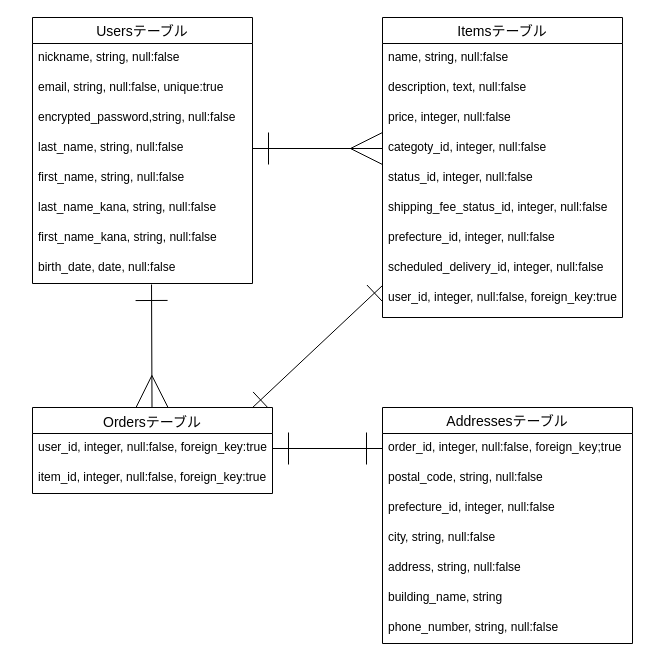
This is furima.dio from Nonpapa/furima-41919, a draw.io file, before an edit. Source tidied: cells renumbered, new cells numbered last; positions are measured from the earlier drawing's top-left corner, leaving out a move shared by most shapes. Both pictures are drawn from the tidied source at 100%, with x=0, y=0 at pixel (32, 17).
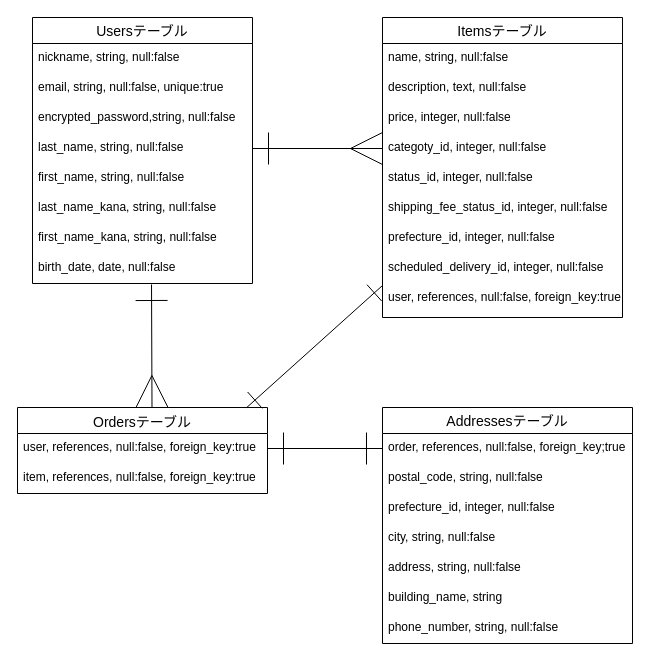
The same page after the edit.

The change refers to these unchanged cells:
```xml
<mxCell id="27" value="Addressesテーブル" style="swimlane;fontStyle=0;horizontal=1;startSize=26;align=center;fontSize=14;" parent="1" vertex="1">
  <mxGeometry x="350" y="390" width="250" height="236" as="geometry" />
</mxCell>
```

Change to the diagram source:
```diff
@@
-    <mxCell id="23" value="user_id, integer,&amp;nbsp;&lt;span style=&quot;color: rgb(0, 0, 0);&quot;&gt;null:false, foreign_key:true&lt;/span&gt;" style="text;strokeColor=none;fillColor=none;spacingLeft=4;spacingRight=4;overflow=hidden;fontSize=12;whiteSpace=wrap;html=1;fontFamily=Helvetica;fontColor=default;" parent="1" vertex="1">
+    <mxCell id="23" value="user, references&lt;span style=&quot;background-color: transparent;&quot;&gt;,&amp;nbsp;&lt;/span&gt;&lt;span style=&quot;background-color: transparent; color: rgb(0, 0, 0);&quot;&gt;null:false, foreign_key:true&lt;/span&gt;" style="text;strokeColor=none;fillColor=none;spacingLeft=4;spacingRight=4;overflow=hidden;fontSize=12;whiteSpace=wrap;html=1;fontFamily=Helvetica;fontColor=default;" parent="1" vertex="1">
       <mxGeometry x="350" y="266" width="250" height="30" as="geometry" />
     </mxCell>
     <mxCell id="24" value="Ordersテーブル" style="swimlane;fontStyle=0;horizontal=1;startSize=26;align=center;fontSize=14;verticalAlign=top;spacingLeft=4;spacingRight=4;fontFamily=Helvetica;fontColor=default;fillColor=none;gradientColor=none;" parent="1" vertex="1">
-      <mxGeometry y="390" width="240" height="86" as="geometry" />
+      <mxGeometry x="-15" y="390" width="250" height="86" as="geometry" />
     </mxCell>
-    <mxCell id="25" value="user_id, integer,&amp;nbsp;&lt;span style=&quot;color: rgb(0, 0, 0);&quot;&gt;null:false, foreign_key:true&lt;/span&gt;" style="text;strokeColor=none;fillColor=none;spacingLeft=4;spacingRight=4;overflow=hidden;points=[[0,0.5],[1,0.5]];portConstraint=eastwest;fontSize=12;whiteSpace=wrap;html=1;fontFamily=Helvetica;fontColor=default;" parent="24" vertex="1">
-      <mxGeometry y="26" width="240" height="30" as="geometry" />
+    <mxCell id="25" value="user, references,&amp;nbsp;&lt;span style=&quot;color: rgb(0, 0, 0);&quot;&gt;null:false, foreign_key:true&lt;/span&gt;" style="text;strokeColor=none;fillColor=none;spacingLeft=4;spacingRight=4;overflow=hidden;points=[[0,0.5],[1,0.5]];portConstraint=eastwest;fontSize=12;whiteSpace=wrap;html=1;fontFamily=Helvetica;fontColor=default;" parent="24" vertex="1">
+      <mxGeometry y="26" width="250" height="30" as="geometry" />
     </mxCell>
-    <mxCell id="26" value="item_id, integer,&amp;nbsp;&lt;span style=&quot;color: rgb(0, 0, 0);&quot;&gt;null:false, foreign_key:true&lt;/span&gt;" style="text;strokeColor=none;fillColor=none;spacingLeft=4;spacingRight=4;overflow=hidden;fontSize=12;whiteSpace=wrap;html=1;fontFamily=Helvetica;fontColor=default;" parent="24" vertex="1">
-      <mxGeometry y="56" width="240" height="30" as="geometry" />
+    <mxCell id="26" value="item, references,&amp;nbsp;&lt;span style=&quot;color: rgb(0, 0, 0);&quot;&gt;null:false, foreign_key:true&lt;/span&gt;" style="text;strokeColor=none;fillColor=none;spacingLeft=4;spacingRight=4;overflow=hidden;fontSize=12;whiteSpace=wrap;html=1;fontFamily=Helvetica;fontColor=default;" parent="24" vertex="1">
+      <mxGeometry y="56" width="250" height="30" as="geometry" />
     </mxCell>
@@
-    <mxCell id="28" value="order_id, integer, null:false, foreign_key;true" style="text;strokeColor=none;fillColor=none;spacingLeft=4;spacingRight=4;overflow=hidden;points=[[0,0.5],[1,0.5]];portConstraint=eastwest;fontSize=12;whiteSpace=wrap;html=1;" parent="27" vertex="1">
+    <mxCell id="28" value="order, references, null:false, foreign_key;true" style="text;strokeColor=none;fillColor=none;spacingLeft=4;spacingRight=4;overflow=hidden;points=[[0,0.5],[1,0.5]];portConstraint=eastwest;fontSize=12;whiteSpace=wrap;html=1;" parent="27" vertex="1">
       <mxGeometry y="26" width="250" height="30" as="geometry" />
     </mxCell>
```
